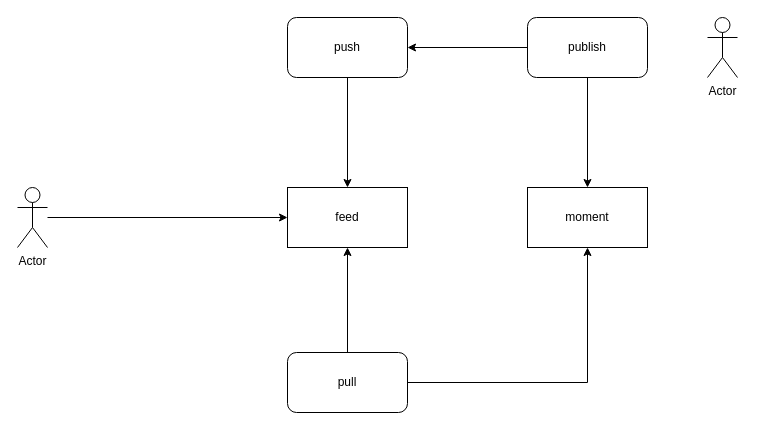
This is feed.drawio from effyroth/drawio2, a draw.io file, before an edit. Source tidied: cells renumbered, new cells numbered last; positions are measured from the earlier drawing's top-left corner, leaving out a move shared by most shapes. Both pictures are drawn from the tidied source at 100%, with x=0, y=0 at pixel (17, 17).
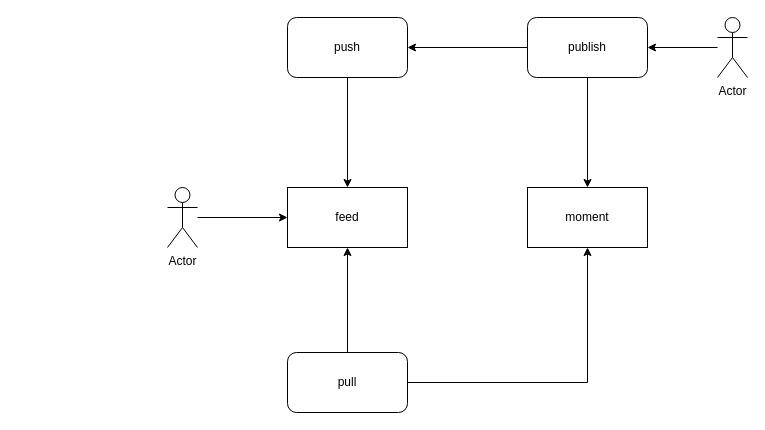
The same diagram, later.

The edit, as a diff of the source:
```diff
@@
 <mxGraphModel>
   <root>
     <mxCell id="0" />
     <mxCell id="1" parent="0" />
     <mxCell id="2" value="feed" style="rounded=0;whiteSpace=wrap;html=1;" parent="1" vertex="1">
       <mxGeometry x="270" y="170" width="120" height="60" as="geometry" />
     </mxCell>
     <mxCell id="3" style="edgeStyle=orthogonalEdgeStyle;rounded=0;jettySize=auto;html=1;entryX=0;entryY=0.5;entryDx=0;entryDy=0;" parent="1" edge="1" source="4" target="2">
       <mxGeometry relative="1" as="geometry" />
     </mxCell>
     <mxCell id="4" value="Actor" style="shape=umlActor;verticalLabelPosition=bottom;labelBackgroundColor=#ffffff;verticalAlign=top;html=1;outlineConnect=0;" parent="1" vertex="1">
-      <mxGeometry y="170" width="30" height="60" as="geometry" />
+      <mxGeometry x="150" y="170" width="30" height="60" as="geometry" />
     </mxCell>
+    <mxCell id="15" style="edgeStyle=orthogonalEdgeStyle;rounded=0;jettySize=auto;html=1;entryX=1;entryY=0.5;entryDx=0;entryDy=0;" parent="1" edge="1" source="5" target="13">
+      <mxGeometry relative="1" as="geometry" />
+    </mxCell>
     <mxCell id="5" value="Actor" style="shape=umlActor;verticalLabelPosition=bottom;labelBackgroundColor=#ffffff;verticalAlign=top;html=1;outlineConnect=0;" parent="1" vertex="1">
-      <mxGeometry x="690" width="30" height="60" as="geometry" />
+      <mxGeometry x="700" width="30" height="60" as="geometry" />
     </mxCell>
     <mxCell id="6" style="edgeStyle=orthogonalEdgeStyle;rounded=0;jettySize=auto;html=1;entryX=0.5;entryY=1;entryDx=0;entryDy=0;" parent="1" edge="1" source="8" target="14">
       <mxGeometry relative="1" as="geometry" />
     </mxCell>
     <mxCell id="7" style="edgeStyle=orthogonalEdgeStyle;rounded=0;jettySize=auto;html=1;entryX=0.5;entryY=1;entryDx=0;entryDy=0;" parent="1" edge="1" source="8" target="2">
       <mxGeometry relative="1" as="geometry" />
     </mxCell>
     <mxCell id="8" value="pull" style="rounded=1;whiteSpace=wrap;html=1;" parent="1" vertex="1">
       <mxGeometry x="270" y="335" width="120" height="60" as="geometry" />
     </mxCell>
     <mxCell id="9" style="edgeStyle=orthogonalEdgeStyle;rounded=0;jettySize=auto;html=1;entryX=0.5;entryY=0;entryDx=0;entryDy=0;" parent="1" edge="1" source="10" target="2">
       <mxGeometry relative="1" as="geometry" />
     </mxCell>
     <mxCell id="10" value="push" style="rounded=1;whiteSpace=wrap;html=1;" parent="1" vertex="1">
       <mxGeometry x="270" width="120" height="60" as="geometry" />
     </mxCell>
     <mxCell id="11" style="edgeStyle=orthogonalEdgeStyle;rounded=0;jettySize=auto;html=1;entryX=0.5;entryY=0;entryDx=0;entryDy=0;" parent="1" edge="1" source="13" target="14">
       <mxGeometry relative="1" as="geometry" />
     </mxCell>
     <mxCell id="12" style="edgeStyle=orthogonalEdgeStyle;rounded=0;jettySize=auto;html=1;entryX=1;entryY=0.5;entryDx=0;entryDy=0;" parent="1" edge="1" source="13" target="10">
       <mxGeometry relative="1" as="geometry" />
     </mxCell>
     <mxCell id="13" value="publish" style="rounded=1;whiteSpace=wrap;html=1;" parent="1" vertex="1">
       <mxGeometry x="510" width="120" height="60" as="geometry" />
     </mxCell>
     <mxCell id="14" value="moment" style="rounded=0;whiteSpace=wrap;html=1;" parent="1" vertex="1">
       <mxGeometry x="510" y="170" width="120" height="60" as="geometry" />
     </mxCell>
   </root>
 </mxGraphModel>
```
